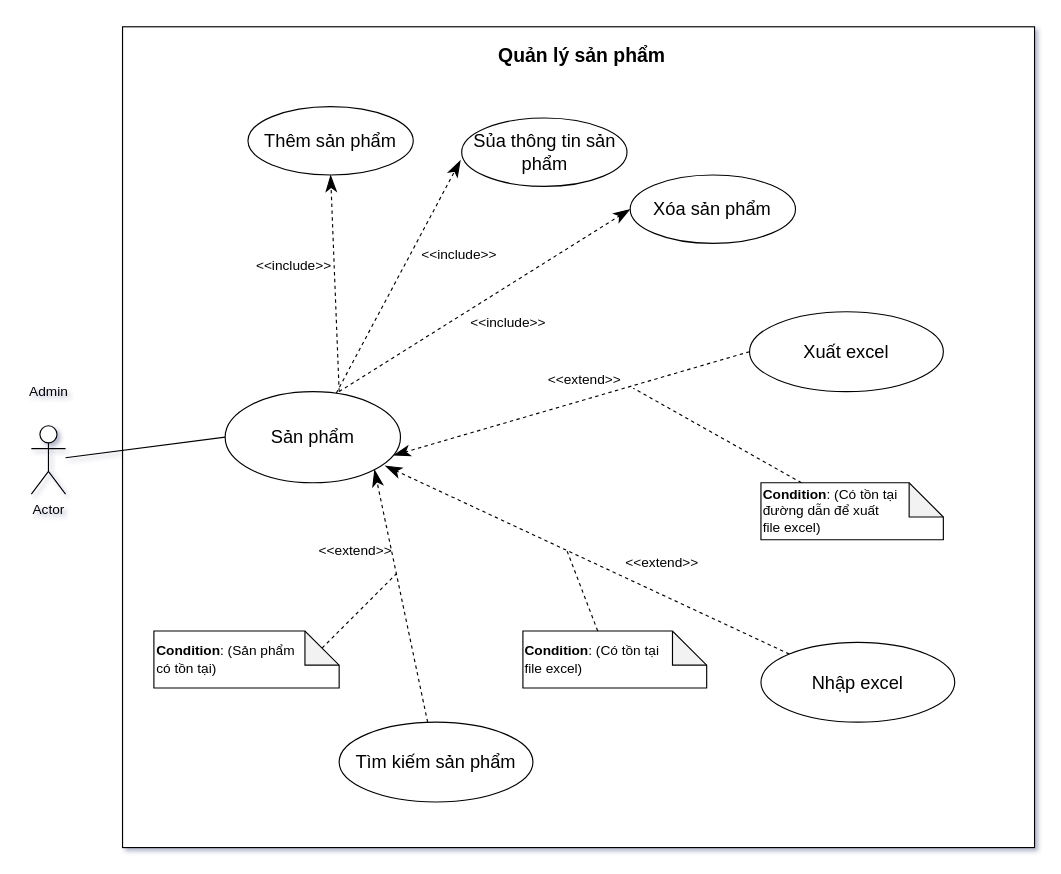
Before: Quanlysanpham_thongke/Quản lý sản phẩm/Usecase/Untitled Diagram.drawio in VoHoangDai/CNPM, a draw.io diagram. Source tidied: cells renumbered, new cells numbered last; positions are measured from the earlier drawing's top-left corner, leaving out a move shared by most shapes. Both pictures are drawn from the tidied source at 114%, with x=0, y=0 at pixel (19, 26).
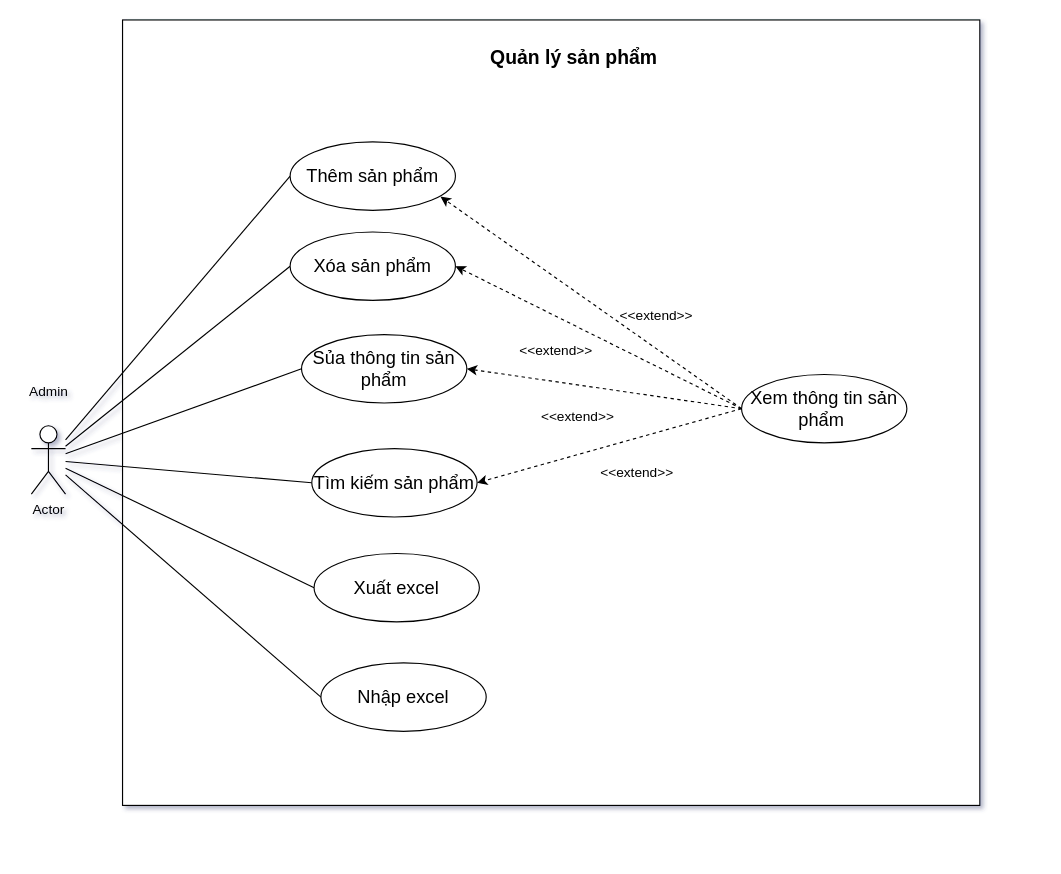
The same page after the edit.

The change refers to these unchanged cells:
```xml
<mxCell id="4" value="Actor" style="shape=umlActor;verticalLabelPosition=bottom;verticalAlign=top;html=1;outlineConnect=0;" parent="1" vertex="1">
  <mxGeometry x="10" y="350" width="30" height="60" as="geometry" />
</mxCell>
```

What changed in the source:
```diff
@@
     <mxCell id="2" style="rounded=0;whiteSpace=wrap;html=1;" parent="1" vertex="1">
-      <mxGeometry x="90" width="800" height="720" as="geometry" />
+      <mxGeometry x="90" y="-6" width="752" height="689" as="geometry" />
     </mxCell>
-    <mxCell id="3" style="rounded=0;jettySize=auto;html=1;endArrow=none;endFill=0;entryX=0;entryY=0.5;entryDx=0;entryDy=0;" parent="1" edge="1" source="4" target="5">
-      <mxGeometry relative="1" as="geometry" />
-    </mxCell>
+    <mxCell id="32" style="rounded=0;jettySize=auto;html=1;entryX=0;entryY=0.5;entryDx=0;entryDy=0;endArrow=none;endFill=0;" parent="1" edge="1" source="4" target="8">
+      <mxGeometry relative="1" as="geometry" />
+    </mxCell>
+    <mxCell id="33" style="edgeStyle=none;rounded=0;jettySize=auto;html=1;entryX=0;entryY=0.5;entryDx=0;entryDy=0;endArrow=none;endFill=0;" parent="1" edge="1" source="4" target="7">
+      <mxGeometry relative="1" as="geometry" />
+    </mxCell>
+    <mxCell id="34" style="edgeStyle=none;rounded=0;jettySize=auto;html=1;entryX=0;entryY=0.5;entryDx=0;entryDy=0;endArrow=none;endFill=0;" parent="1" edge="1" source="4" target="9">
+      <mxGeometry relative="1" as="geometry" />
+    </mxCell>
+    <mxCell id="35" style="edgeStyle=none;rounded=0;jettySize=auto;html=1;entryX=0;entryY=0.5;entryDx=0;entryDy=0;endArrow=none;endFill=0;" parent="1" edge="1" source="4" target="6">
+      <mxGeometry relative="1" as="geometry" />
+    </mxCell>
+    <mxCell id="36" style="edgeStyle=none;rounded=0;jettySize=auto;html=1;entryX=0;entryY=0.5;entryDx=0;entryDy=0;endArrow=none;endFill=0;" parent="1" edge="1" source="4" target="23">
+      <mxGeometry relative="1" as="geometry" />
+    </mxCell>
+    <mxCell id="37" style="edgeStyle=none;rounded=0;jettySize=auto;html=1;entryX=0;entryY=0.5;entryDx=0;entryDy=0;endArrow=none;endFill=0;" parent="1" edge="1" source="4" target="21">
+      <mxGeometry relative="1" as="geometry" />
+    </mxCell>
@@
-    <mxCell id="5" value="Sản phẩm" style="ellipse;whiteSpace=wrap;html=1;fontSize=16;" parent="1" vertex="1">
-      <mxGeometry x="180" y="320" width="153.8" height="80" as="geometry" />
-    </mxCell>
-    <mxCell id="6" value="Tìm kiếm sản phẩm" style="ellipse;whiteSpace=wrap;html=1;fontSize=16;" parent="1" vertex="1">
-      <mxGeometry x="280" y="610" width="170" height="70" as="geometry" />
-    </mxCell>
     <mxCell id="7" value="Xóa sản phẩm" style="ellipse;whiteSpace=wrap;html=1;fontSize=16;" parent="1" vertex="1">
-      <mxGeometry x="535.3" y="130" width="145" height="60" as="geometry" />
+      <mxGeometry x="237" y="180" width="145" height="60" as="geometry" />
     </mxCell>
     <mxCell id="8" value="Thêm sản phẩm" style="ellipse;whiteSpace=wrap;html=1;fontSize=16;" parent="1" vertex="1">
-      <mxGeometry x="200" y="70" width="145" height="60" as="geometry" />
+      <mxGeometry x="237" y="101" width="145" height="60" as="geometry" />
     </mxCell>
     <mxCell id="9" value="Sủa thông tin sản phẩm" style="ellipse;whiteSpace=wrap;html=1;fontSize=16;" parent="1" vertex="1">
-      <mxGeometry x="387.5" y="80" width="145" height="60" as="geometry" />
+      <mxGeometry x="247" y="270" width="145" height="60" as="geometry" />
     </mxCell>
-    <mxCell id="10" value="&amp;lt;&amp;lt;include&amp;gt;&amp;gt;" style="text;html=1;align=center;verticalAlign=middle;strokeColor=none;fillColor=none;" parent="1" vertex="1">
-      <mxGeometry x="200" y="200" width="80" height="20" as="geometry" />
-    </mxCell>
-    <mxCell id="11" style="endArrow=classicThin;dashed=1;endFill=1;endSize=12;html=1;rounded=0;entryX=-0.007;entryY=0.617;entryDx=0;entryDy=0;entryPerimeter=0;" parent="1" edge="1" source="5" target="9">
-      <mxGeometry relative="1" as="geometry" />
-    </mxCell>
-    <mxCell id="12" style="endArrow=classicThin;dashed=1;endFill=1;endSize=12;html=1;rounded=0;entryX=0.5;entryY=1;entryDx=0;entryDy=0;" parent="1" edge="1" target="8">
-      <mxGeometry relative="1" as="geometry">
-        <mxPoint x="280" y="320" as="sourcePoint" />
-      </mxGeometry>
-    </mxCell>
-    <mxCell id="13" value="&amp;lt;&amp;lt;include&amp;gt;&amp;gt;" style="text;html=1;align=center;verticalAlign=middle;strokeColor=none;fillColor=none;" parent="1" vertex="1">
-      <mxGeometry x="345" y="190" width="80" height="20" as="geometry" />
-    </mxCell>
-    <mxCell id="14" style="endArrow=classicThin;dashed=1;endFill=1;endSize=12;html=1;rounded=0;entryX=0;entryY=0.5;entryDx=0;entryDy=0;" parent="1" edge="1" target="7">
-      <mxGeometry relative="1" as="geometry">
-        <mxPoint x="280" y="320" as="sourcePoint" />
-      </mxGeometry>
-    </mxCell>
-    <mxCell id="15" style="endArrow=classicThin;dashed=1;endFill=1;endSize=12;html=1;rounded=0;entryX=1;entryY=1;entryDx=0;entryDy=0;" parent="1" edge="1" source="6" target="5">
-      <mxGeometry relative="1" as="geometry" />
-    </mxCell>
-    <mxCell id="16" value="&amp;lt;&amp;lt;include&amp;gt;&amp;gt;" style="text;html=1;align=center;verticalAlign=middle;strokeColor=none;fillColor=none;" parent="1" vertex="1">
-      <mxGeometry x="387.5" y="250" width="80" height="20" as="geometry" />
-    </mxCell>
-    <mxCell id="17" value="&amp;lt;&amp;lt;extend&amp;gt;&amp;gt;" style="text;html=1;align=center;verticalAlign=middle;strokeColor=none;fillColor=none;" parent="1" vertex="1">
-      <mxGeometry x="253.8" y="450" width="80" height="20" as="geometry" />
-    </mxCell>
     <mxCell id="18" value="&lt;font style=&quot;font-size: 17px&quot;&gt;&lt;b&gt;Quản lý sản phẩm&amp;nbsp;&lt;/b&gt;&lt;/font&gt;" style="text;html=1;strokeColor=none;fillColor=none;align=center;verticalAlign=middle;whiteSpace=wrap;rounded=0;" parent="1" vertex="1">
-      <mxGeometry x="402.8" y="11" width="185" height="30" as="geometry" />
+      <mxGeometry x="396" y="13" width="185" height="30" as="geometry" />
     </mxCell>
-    <mxCell id="19" style="rounded=0;jettySize=auto;html=1;endArrow=none;endFill=0;dashed=1;exitX=0;exitY=0;exitDx=147.5;exitDy=15;exitPerimeter=0;" parent="1" edge="1" source="20">
-      <mxGeometry relative="1" as="geometry">
-        <mxPoint x="330" y="480" as="targetPoint" />
-      </mxGeometry>
-    </mxCell>
-    <mxCell id="20" value="&lt;b&gt;Condition&lt;/b&gt;: (Sản phẩm &lt;br&gt;có tồn tại)&amp;nbsp;" style="shape=note;whiteSpace=wrap;html=1;backgroundOutline=1;darkOpacity=0.05;align=left;" parent="1" vertex="1">
-      <mxGeometry x="117.5" y="530" width="162.5" height="50" as="geometry" />
-    </mxCell>
-    <mxCell id="21" value="Nhập excel" style="ellipse;whiteSpace=wrap;html=1;fontSize=16;" parent="1" vertex="1">
-      <mxGeometry x="650" y="540" width="170" height="70" as="geometry" />
-    </mxCell>
@@
     <mxCell id="23" value="Xuất excel" style="ellipse;whiteSpace=wrap;html=1;fontSize=16;" parent="1" vertex="1">
-      <mxGeometry x="640" y="250" width="170" height="70" as="geometry" />
+      <mxGeometry x="258" y="462" width="145" height="60" as="geometry" />
     </mxCell>
-    <mxCell id="24" style="endArrow=classicThin;dashed=1;endFill=1;endSize=12;html=1;rounded=0;entryX=0.912;entryY=0.813;entryDx=0;entryDy=0;exitX=0;exitY=0;exitDx=0;exitDy=0;entryPerimeter=0;" parent="1" edge="1" source="21" target="5">
-      <mxGeometry relative="1" as="geometry" />
-    </mxCell>
-    <mxCell id="25" value="&amp;lt;&amp;lt;extend&amp;gt;&amp;gt;" style="text;html=1;align=center;verticalAlign=middle;strokeColor=none;fillColor=none;" parent="1" vertex="1">
-      <mxGeometry x="522.5" y="460" width="80" height="20" as="geometry" />
-    </mxCell>
-    <mxCell id="26" style="endArrow=classicThin;dashed=1;endFill=1;endSize=12;html=1;rounded=0;entryX=0.96;entryY=0.7;entryDx=0;entryDy=0;exitX=0;exitY=0.5;exitDx=0;exitDy=0;entryPerimeter=0;" parent="1" edge="1" source="23" target="5">
-      <mxGeometry relative="1" as="geometry" />
-    </mxCell>
-    <mxCell id="27" value="&amp;lt;&amp;lt;extend&amp;gt;&amp;gt;" style="text;html=1;align=center;verticalAlign=middle;points=[];strokeColor=none;fillColor=none;" parent="1" vertex="1">
-      <mxGeometry x="455.3" y="300" width="80" height="20" as="geometry" />
-    </mxCell>
-    <mxCell id="28" value="&lt;b&gt;Condition&lt;/b&gt;: (Có tồn tại &lt;br&gt;file excel)" style="shape=note;whiteSpace=wrap;html=1;backgroundOutline=1;darkOpacity=0.05;align=left;" parent="1" vertex="1">
-      <mxGeometry x="441.2" y="530" width="161.2" height="50" as="geometry" />
-    </mxCell>
-    <mxCell id="29" style="rounded=0;jettySize=auto;html=1;endArrow=none;endFill=0;dashed=1;exitX=0;exitY=0;exitDx=65.625;exitDy=0;exitPerimeter=0;" parent="1" edge="1" source="28">
-      <mxGeometry relative="1" as="geometry">
-        <mxPoint x="480" y="460" as="targetPoint" />
-      </mxGeometry>
-    </mxCell>
-    <mxCell id="30" value="&lt;b&gt;Condition&lt;/b&gt;: (Có tồn tại &lt;br&gt;đường dẫn để xuất&lt;br&gt;file excel)" style="shape=note;whiteSpace=wrap;html=1;backgroundOutline=1;darkOpacity=0.05;align=left;" parent="1" vertex="1">
-      <mxGeometry x="650" y="400" width="160" height="50" as="geometry" />
-    </mxCell>
-    <mxCell id="31" style="rounded=0;jettySize=auto;html=1;endArrow=none;endFill=0;dashed=1;entryX=1.034;entryY=0.85;entryDx=0;entryDy=0;entryPerimeter=0;" parent="1" edge="1" source="30" target="27">
-      <mxGeometry relative="1" as="geometry" />
-    </mxCell>
+    <mxCell id="6" value="Tìm kiếm sản phẩm" style="ellipse;whiteSpace=wrap;html=1;fontSize=16;" parent="1" vertex="1">
+      <mxGeometry x="256" y="370" width="145" height="60" as="geometry" />
+    </mxCell>
+    <mxCell id="21" value="Nhập excel" style="ellipse;whiteSpace=wrap;html=1;fontSize=16;" parent="1" vertex="1">
+      <mxGeometry x="264" y="558" width="145" height="60" as="geometry" />
+    </mxCell>
+    <mxCell id="38" style="edgeStyle=none;rounded=0;jettySize=auto;html=1;entryX=0.91;entryY=0.8;entryDx=0;entryDy=0;exitX=0;exitY=0.5;exitDx=0;exitDy=0;dashed=1;entryPerimeter=0;" parent="1" edge="1" source="42" target="8">
+      <mxGeometry relative="1" as="geometry" />
+    </mxCell>
+    <mxCell id="39" style="edgeStyle=none;rounded=0;jettySize=auto;html=1;entryX=1;entryY=0.5;entryDx=0;entryDy=0;dashed=1;exitX=0;exitY=0.5;exitDx=0;exitDy=0;" parent="1" edge="1" source="42" target="9">
+      <mxGeometry relative="1" as="geometry" />
+    </mxCell>
+    <mxCell id="40" style="edgeStyle=none;rounded=0;jettySize=auto;html=1;entryX=1;entryY=0.5;entryDx=0;entryDy=0;dashed=1;exitX=0;exitY=0.5;exitDx=0;exitDy=0;" parent="1" edge="1" source="42" target="7">
+      <mxGeometry relative="1" as="geometry" />
+    </mxCell>
+    <mxCell id="41" style="edgeStyle=none;rounded=0;jettySize=auto;html=1;entryX=1;entryY=0.5;entryDx=0;entryDy=0;dashed=1;exitX=0;exitY=0.5;exitDx=0;exitDy=0;" parent="1" edge="1" source="42" target="6">
+      <mxGeometry relative="1" as="geometry" />
+    </mxCell>
+    <mxCell id="42" value="Xem thông tin sản phẩm&amp;nbsp;" style="ellipse;whiteSpace=wrap;html=1;fontSize=16;" parent="1" vertex="1">
+      <mxGeometry x="633" y="305" width="145" height="60" as="geometry" />
+    </mxCell>
+    <mxCell id="43" value="&amp;lt;&amp;lt;extend&amp;gt;&amp;gt;" style="text;html=1;align=center;verticalAlign=middle;strokeColor=none;fillColor=none;" parent="1" vertex="1">
+      <mxGeometry x="430" y="274" width="80" height="20" as="geometry" />
+    </mxCell>
+    <mxCell id="44" value="&amp;lt;&amp;lt;extend&amp;gt;&amp;gt;" style="text;html=1;align=center;verticalAlign=middle;strokeColor=none;fillColor=none;" parent="1" vertex="1">
+      <mxGeometry x="518" y="244" width="80" height="20" as="geometry" />
+    </mxCell>
+    <mxCell id="45" value="&amp;lt;&amp;lt;extend&amp;gt;&amp;gt;" style="text;html=1;align=center;verticalAlign=middle;strokeColor=none;fillColor=none;" parent="1" vertex="1">
+      <mxGeometry x="448.5" y="332" width="80" height="20" as="geometry" />
+    </mxCell>
+    <mxCell id="46" value="&amp;lt;&amp;lt;extend&amp;gt;&amp;gt;" style="text;html=1;align=center;verticalAlign=middle;strokeColor=none;fillColor=none;" parent="1" vertex="1">
+      <mxGeometry x="501" y="381" width="80" height="20" as="geometry" />
+    </mxCell>
```
